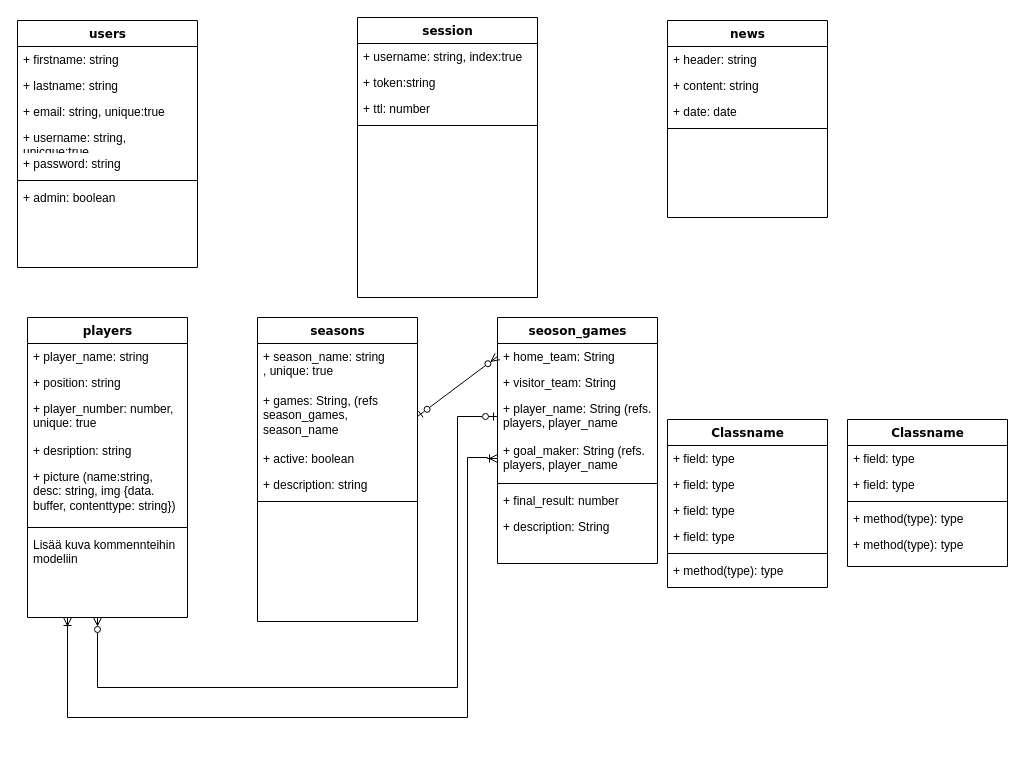
Earlier version of the draw.io diagram models.drawio (blackunicorn89/football_backend). Source tidied: cells renumbered, new cells numbered last; positions are measured from the earlier drawing's top-left corner, leaving out a move shared by most shapes. Both pictures are drawn from the tidied source at 100%, with x=0, y=0 at pixel (17, 17).
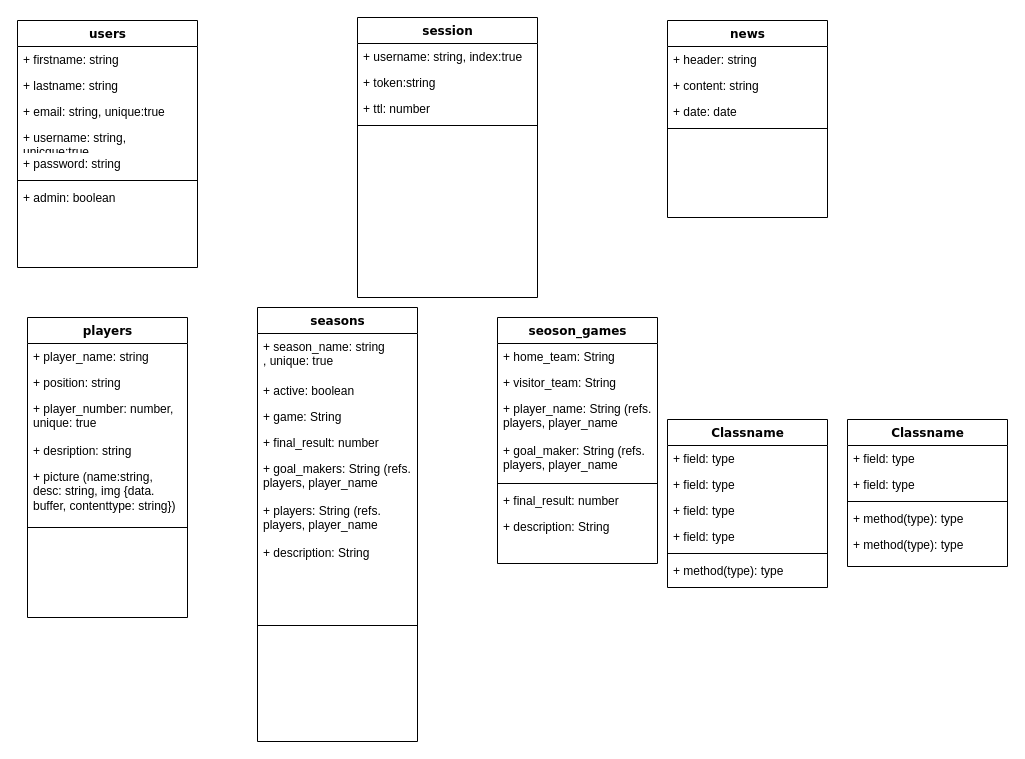
The same page after the edit.

Commit message:
Uusi seasontietokanta.

The change refers to these unchanged cells:
```xml
<mxCell id="20" value="players" style="swimlane;html=1;fontStyle=1;align=center;verticalAlign=top;horizontal=1;startSize=26;swimlaneFillColor=#ffffff;rounded=0;shadow=0;comic=0;labelBackgroundColor=none;strokeWidth=1;fillColor=none;fontFamily=Verdana;fontSize=12;" parent="1" vertex="1">
  <mxGeometry x="10" y="300" width="160" height="300" as="geometry" />
</mxCell>
<mxCell id="34" value="seoson_games" style="swimlane;html=1;fontStyle=1;align=center;verticalAlign=top;horizontal=1;startSize=26;swimlaneFillColor=#ffffff;rounded=0;shadow=0;comic=0;labelBackgroundColor=none;strokeWidth=1;fillColor=none;fontFamily=Verdana;fontSize=12;" parent="1" vertex="1">
  <mxGeometry x="480" y="300" width="160" height="246" as="geometry" />
</mxCell>
<mxCell id="35" value="+ home_team: String" style="text;html=1;strokeColor=none;fillColor=none;align=left;verticalAlign=top;spacingLeft=4;spacingRight=4;whiteSpace=wrap;overflow=hidden;points=[[0,0.5],[1,0.5]];portConstraint=eastwest;" parent="34" vertex="1">
  <mxGeometry y="26" width="160" height="26" as="geometry" />
</mxCell>
<mxCell id="39" value="+ goal_maker: String (refs. players, player_name" style="text;html=1;strokeColor=none;fillColor=none;align=left;verticalAlign=top;spacingLeft=4;spacingRight=4;whiteSpace=wrap;overflow=hidden;points=[[0,0.5],[1,0.5]];portConstraint=eastwest;" parent="34" vertex="1">
  <mxGeometry y="120" width="160" height="42" as="geometry" />
</mxCell>
```

The edit, as a diff of the source:
```diff
@@
-    <mxCell id="27" value="Lisää kuva kommennteihin modeliin" style="text;html=1;strokeColor=none;fillColor=none;align=left;verticalAlign=top;spacingLeft=4;spacingRight=4;whiteSpace=wrap;overflow=hidden;" parent="20" vertex="1">
-      <mxGeometry y="214" width="160" height="42" as="geometry" />
-    </mxCell>
     <mxCell id="28" value="seasons" style="swimlane;html=1;fontStyle=1;align=center;verticalAlign=top;horizontal=1;startSize=26;swimlaneFillColor=#ffffff;rounded=0;shadow=0;comic=0;labelBackgroundColor=none;strokeWidth=1;fillColor=none;fontFamily=Verdana;fontSize=12;" parent="1" vertex="1">
-      <mxGeometry x="240" y="300" width="160" height="304" as="geometry" />
+      <mxGeometry x="240" y="290" width="160" height="434" as="geometry" />
     </mxCell>
@@
-    <mxCell id="30" value="+ games: String, (refs season_games, season_name" style="text;html=1;strokeColor=none;fillColor=none;align=left;verticalAlign=top;spacingLeft=4;spacingRight=4;whiteSpace=wrap;overflow=hidden;points=[[0,0.5],[1,0.5]];portConstraint=eastwest;" parent="28" vertex="1">
-      <mxGeometry y="70" width="160" height="58" as="geometry" />
-    </mxCell>
     <mxCell id="31" value="+ active: boolean" style="text;html=1;strokeColor=none;fillColor=none;align=left;verticalAlign=top;spacingLeft=4;spacingRight=4;whiteSpace=wrap;overflow=hidden;" parent="28" vertex="1">
-      <mxGeometry y="128" width="160" height="26" as="geometry" />
+      <mxGeometry y="70" width="160" height="26" as="geometry" />
     </mxCell>
-    <mxCell id="32" value="+ description: string" style="text;html=1;strokeColor=none;fillColor=none;align=left;verticalAlign=top;spacingLeft=4;spacingRight=4;whiteSpace=wrap;overflow=hidden;" parent="28" vertex="1">
-      <mxGeometry y="154" width="160" height="26" as="geometry" />
-    </mxCell>
+    <mxCell id="58" value="+ game: String" style="text;html=1;strokeColor=none;fillColor=none;align=left;verticalAlign=top;spacingLeft=4;spacingRight=4;whiteSpace=wrap;overflow=hidden;" parent="28" vertex="1">
+      <mxGeometry y="96" width="160" height="26" as="geometry" />
+    </mxCell>
+    <mxCell id="59" value="+ final_result: number" style="text;html=1;strokeColor=none;fillColor=none;align=left;verticalAlign=top;spacingLeft=4;spacingRight=4;whiteSpace=wrap;overflow=hidden;" parent="28" vertex="1">
+      <mxGeometry y="122" width="160" height="26" as="geometry" />
+    </mxCell>
+    <mxCell id="60" value="+ goal_makers: String (refs. players, player_name" style="text;html=1;strokeColor=none;fillColor=none;align=left;verticalAlign=top;spacingLeft=4;spacingRight=4;whiteSpace=wrap;overflow=hidden;" parent="28" vertex="1">
+      <mxGeometry y="148" width="160" height="42" as="geometry" />
+    </mxCell>
+    <mxCell id="61" value="+ players: String (refs. players, player_name" style="text;html=1;strokeColor=none;fillColor=none;align=left;verticalAlign=top;spacingLeft=4;spacingRight=4;whiteSpace=wrap;overflow=hidden;" parent="28" vertex="1">
+      <mxGeometry y="190" width="160" height="42" as="geometry" />
+    </mxCell>
+    <mxCell id="62" value="+ description: String" style="text;html=1;strokeColor=none;fillColor=none;align=left;verticalAlign=top;spacingLeft=4;spacingRight=4;whiteSpace=wrap;overflow=hidden;" parent="28" vertex="1">
+      <mxGeometry y="232" width="160" height="26" as="geometry" />
+    </mxCell>
     <mxCell id="33" style="line;html=1;strokeWidth=1;fillColor=none;align=left;verticalAlign=middle;spacingTop=-1;spacingLeft=3;spacingRight=3;labelPosition=right;" parent="28" vertex="1">
-      <mxGeometry y="180" width="160" height="8" as="geometry" />
+      <mxGeometry y="258" width="160" height="120" as="geometry" />
     </mxCell>
@@
-    <mxCell id="37" style="endArrow=ERzeroToMany;startArrow=ERzeroToOne;html=1;rounded=0;edgeStyle=orthogonalEdgeStyle;startFill=0;endFill=0;" parent="34" edge="1">
-      <mxGeometry relative="1" as="geometry">
-        <mxPoint y="99" as="sourcePoint" />
-        <mxPoint x="-400" y="300" as="targetPoint" />
-        <Array as="points">
-          <mxPoint x="-40" y="99" />
-          <mxPoint x="-40" y="370" />
-          <mxPoint x="-400" y="370" />
-        </Array>
-      </mxGeometry>
-    </mxCell>
@@
-    <mxCell id="56" style="endArrow=ERzeroToMany;startArrow=ERzeroToOne;html=1;rounded=0;exitX=1;exitY=0.5;exitDx=0;exitDy=0;entryX=0;entryY=0.5;entryDx=0;entryDy=0;startFill=0;endFill=0;" parent="1" edge="1" source="30" target="35">
-      <mxGeometry relative="1" as="geometry" />
-    </mxCell>
-    <mxCell id="57" style="endArrow=ERoneToMany;startArrow=ERoneToMany;html=1;rounded=0;edgeStyle=orthogonalEdgeStyle;entryX=0.25;entryY=1;entryDx=0;entryDy=0;startFill=0;endFill=0;exitX=0;exitY=0.5;exitDx=0;exitDy=0;" parent="1" edge="1" source="39" target="20">
-      <mxGeometry relative="1" as="geometry">
-        <Array as="points">
-          <mxPoint x="470" y="441" />
-          <mxPoint x="470" y="440" />
-          <mxPoint x="450" y="440" />
-          <mxPoint x="450" y="700" />
-          <mxPoint x="50" y="700" />
-        </Array>
-      </mxGeometry>
-    </mxCell>
```
